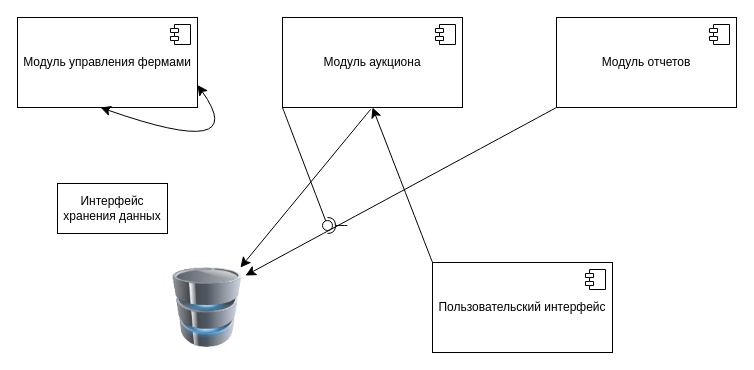
fpmi-tp2025/tpmp-gr10a-lab4-ai-verasy keeps this draw.io diagram as docs/diagrams/Диаграмма компонентов.drawio. Above is the earlier version. Source tidied: cells renumbered, new cells numbered last; positions are measured from the earlier drawing's top-left corner, leaving out a move shared by most shapes. Both pictures are drawn from the tidied source at 100%, with x=0, y=0 at pixel (17, 17).
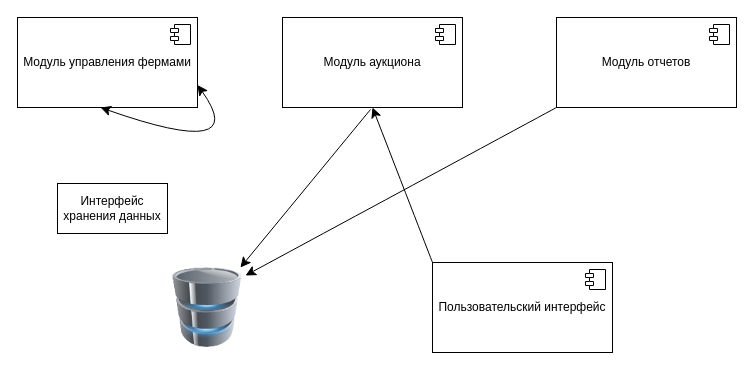
The same page after the edit.

The change refers to these unchanged cells:
```xml
<mxCell id="4" value="Модуль аукциона" style="html=1;whiteSpace=wrap;" parent="1" vertex="1">
  <mxGeometry x="265" width="180" height="90" as="geometry" />
</mxCell>
```

Change to the diagram source:
```diff
@@
-    <mxCell id="16" style="rounded=0;jettySize=auto;html=1;endArrow=halfCircle;endFill=0;endSize=6;strokeWidth=1;sketch=0;fontSize=12;curved=1;" parent="1" edge="1" target="18">
-      <mxGeometry relative="1" as="geometry">
-        <mxPoint x="330" y="208" as="sourcePoint" />
-      </mxGeometry>
-    </mxCell>
-    <mxCell id="17" style="rounded=0;jettySize=auto;html=1;endArrow=oval;endFill=0;sketch=0;sourcePerimeterSpacing=0;targetPerimeterSpacing=0;endSize=10;fontSize=12;curved=1;exitX=0;exitY=1;exitDx=0;exitDy=0;" parent="1" edge="1" source="4" target="18">
-      <mxGeometry relative="1" as="geometry" />
-    </mxCell>
-    <mxCell id="18" style="ellipse;whiteSpace=wrap;html=1;align=center;fillColor=none;strokeColor=none;perimeter=centerPerimeter;points=[];outlineConnect=1;" parent="1" vertex="1">
-      <mxGeometry x="305" y="203" width="10" height="10" as="geometry" />
-    </mxCell>
```
